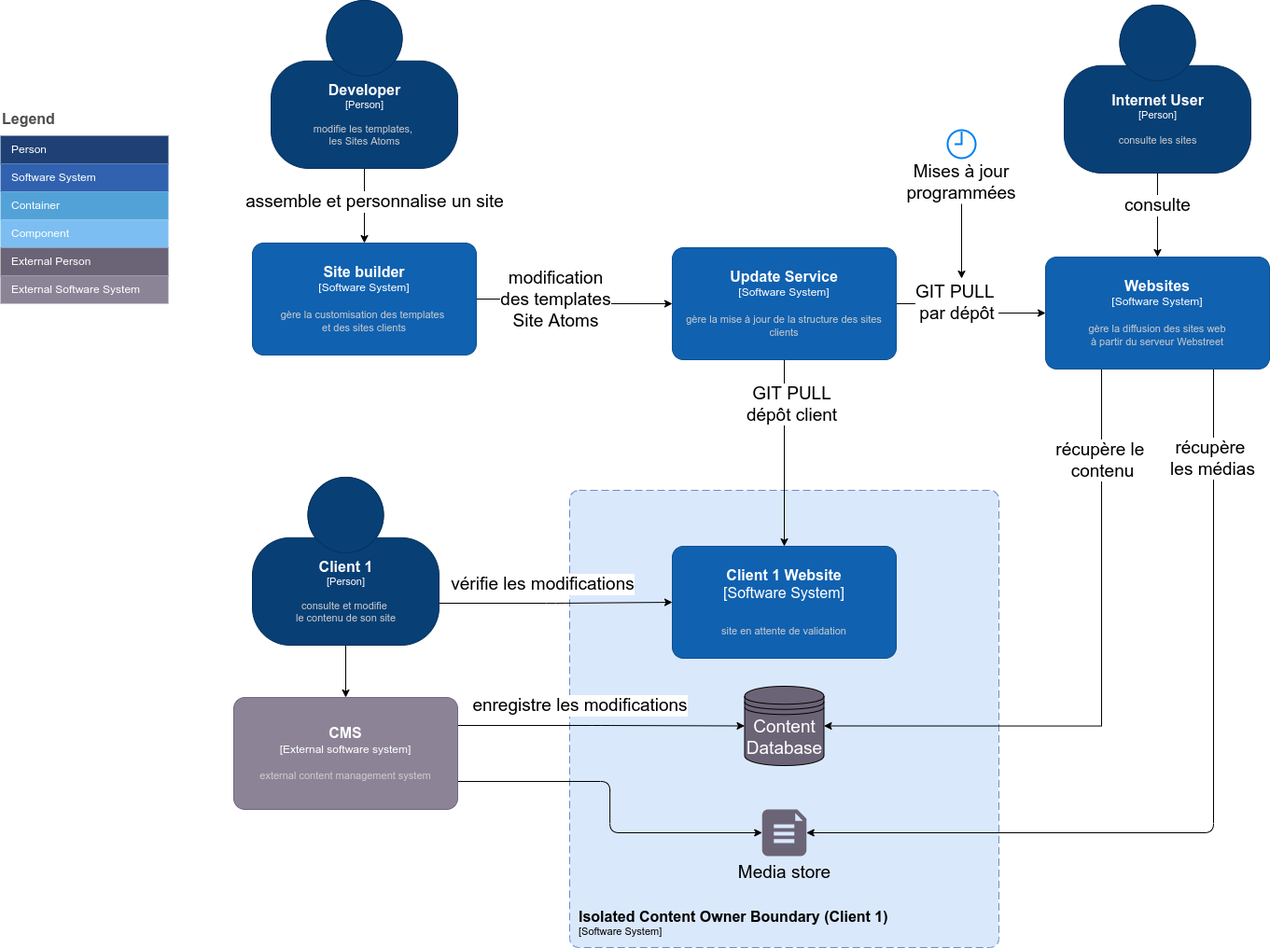
Above: projet12/SolutionA.png in glecoq/glecoq.github.io (draw.io), before the change. Source tidied: cells renumbered, new cells last; positions are measured from the earlier drawing's top-left corner, leaving out a move shared by most shapes.
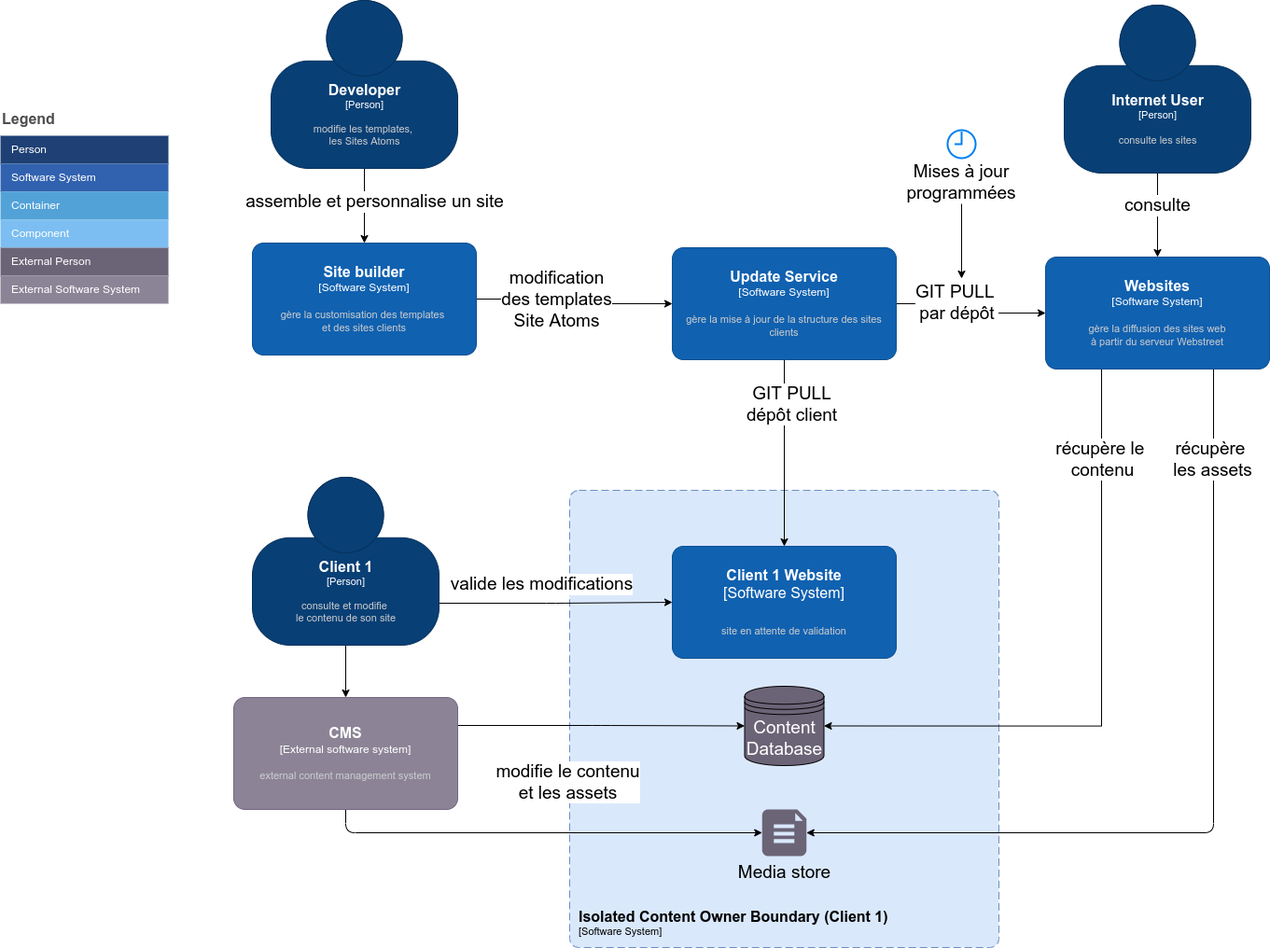
After the change.

What changed in the source:
```diff
@@ -13,7 +13,7 @@
     <mxCell id="4" style="edgeStyle=orthogonalEdgeStyle;html=1;exitX=1;exitY=0.75;exitDx=0;exitDy=0;exitPerimeter=0;entryX=0;entryY=0.5;entryDx=0;entryDy=0;entryPerimeter=0;fontSize=16;startArrow=none;startFill=0;" parent="1" edge="1" source="6" target="38">
       <mxGeometry relative="1" as="geometry" />
     </mxCell>
-    <mxCell id="5" value="vérifie les modifications" style="edgeLabel;html=1;align=center;verticalAlign=middle;fontSize=19;" parent="4" vertex="1">
+    <mxCell id="5" value="valide les modifications" style="edgeLabel;html=1;align=center;verticalAlign=middle;fontSize=19;" parent="4" vertex="1">
       <mxGeometry x="-0.18" y="4" relative="1" as="geometry">
         <mxPoint x="7" y="-17" as="offset" />
       </mxGeometry>
@@ -55,7 +55,7 @@
     <mxCell id="14" style="edgeStyle=orthogonalEdgeStyle;html=1;exitX=0.75;exitY=1;exitDx=0;exitDy=0;exitPerimeter=0;entryX=1;entryY=0.5;entryDx=0;entryDy=0;entryPerimeter=0;fontSize=16;startArrow=none;startFill=0;" parent="1" edge="1" source="16" target="33">
       <mxGeometry relative="1" as="geometry" />
     </mxCell>
-    <mxCell id="15" value="&lt;font style=&quot;font-size: 19px&quot;&gt;récupère &lt;br&gt;les médias&lt;/font&gt;" style="edgeLabel;html=1;align=center;verticalAlign=middle;fontSize=16;" parent="14" vertex="1">
+    <mxCell id="15" value="&lt;font style=&quot;font-size: 19px&quot;&gt;récupère &lt;br&gt;les assets&lt;/font&gt;" style="edgeLabel;html=1;align=center;verticalAlign=middle;fontSize=16;" parent="14" vertex="1">
       <mxGeometry x="-0.8" y="-2" relative="1" as="geometry" />
     </mxCell>
     <object id="16" label="&lt;font style=&quot;font-size: 16px&quot;&gt;&lt;b&gt;%c4Name%&lt;/b&gt;&lt;/font&gt;&lt;div&gt;[%c4Type%]&lt;/div&gt;&lt;br&gt;&lt;div&gt;&lt;font style=&quot;font-size: 11px&quot;&gt;&lt;font color=&quot;#cccccc&quot;&gt;%c4Description%&lt;/font&gt;&lt;/div&gt;" c4Description="gère la diffusion des sites web&#10;à partir du serveur Webstreet" c4Name="Websites" c4Type="Software System" placeholders="1">
@@ -121,7 +121,7 @@
     <mxCell id="34" style="edgeStyle=orthogonalEdgeStyle;html=1;exitX=1;exitY=0.25;exitDx=0;exitDy=0;exitPerimeter=0;entryX=0;entryY=0.5;entryDx=0;entryDy=0;fontSize=16;startArrow=none;startFill=0;" parent="1" edge="1" source="36" target="28">
       <mxGeometry relative="1" as="geometry" />
     </mxCell>
-    <mxCell id="35" style="edgeStyle=orthogonalEdgeStyle;html=1;exitX=1;exitY=0.75;exitDx=0;exitDy=0;exitPerimeter=0;entryX=0;entryY=0.5;entryDx=0;entryDy=0;entryPerimeter=0;fontSize=16;startArrow=none;startFill=0;" parent="1" edge="1" source="36" target="33">
+    <mxCell id="35" style="edgeStyle=orthogonalEdgeStyle;html=1;exitX=0.5;exitY=1;exitDx=0;exitDy=0;exitPerimeter=0;entryX=0;entryY=0.5;entryDx=0;entryDy=0;entryPerimeter=0;fontSize=16;startArrow=none;startFill=0;" parent="1" edge="1" source="36" target="33">
       <mxGeometry relative="1" as="geometry" />
     </mxCell>
     <object id="36" label="&lt;font style=&quot;font-size: 16px&quot;&gt;&lt;b&gt;%c4Name%&lt;/b&gt;&lt;/font&gt;&lt;div&gt;[%c4Type%]&lt;/div&gt;&lt;br&gt;&lt;div&gt;&lt;font style=&quot;font-size: 11px&quot;&gt;&lt;font color=&quot;#cccccc&quot;&gt;%c4Description%&lt;/font&gt;&lt;/div&gt;" c4Description="external content management system" c4Name="CMS" c4Type="External software system" placeholders="1">
@@ -146,8 +146,10 @@
     <mxCell id="40" value="&lt;font style=&quot;font-size: 19px&quot;&gt;Mises à jour programmées&lt;/font&gt;" style="text;html=1;strokeColor=none;fillColor=none;align=center;verticalAlign=middle;whiteSpace=wrap;rounded=0;fontSize=16;" parent="1" vertex="1">
       <mxGeometry x="1000" y="180" width="60" height="30" as="geometry" />
     </mxCell>
-    <mxCell id="41" value="enregistre les modifications" style="edgeLabel;html=1;align=center;verticalAlign=middle;fontSize=19;" parent="1" vertex="1">
-      <mxGeometry x="620" y="755" as="geometry" />
+    <mxCell id="41" value="modifie le contenu&lt;br&gt;et les assets" style="edgeLabel;html=1;align=center;verticalAlign=middle;fontSize=19;" parent="1" vertex="1">
+      <mxGeometry x="620" y="835" as="geometry">
+        <mxPoint x="-13" y="2" as="offset" />
+      </mxGeometry>
     </mxCell>
     <mxCell id="42" value="assemble et personnalise un site" style="edgeLabel;html=1;align=center;verticalAlign=middle;fontSize=19;" parent="1" vertex="1">
       <mxGeometry x="400" y="215" as="geometry" />
```
